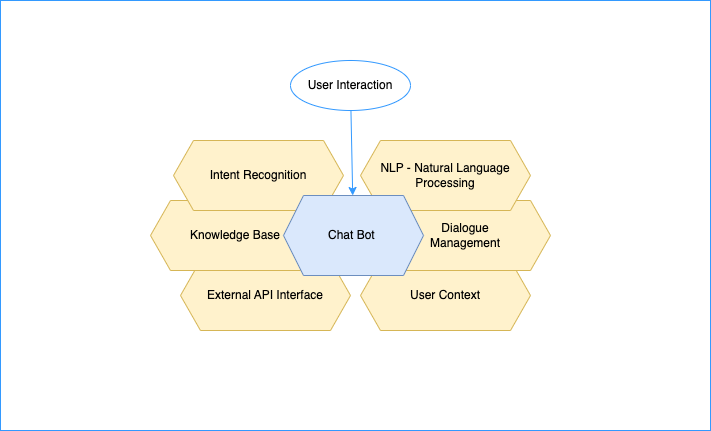
Before: Architecture/chatbot.png, a diagram exported from draw.io (ArchNinjas/road-warrior). Source tidied: cells renumbered, new cells last; positions are measured from the earlier drawing's top-left corner, leaving out a move shared by most shapes.
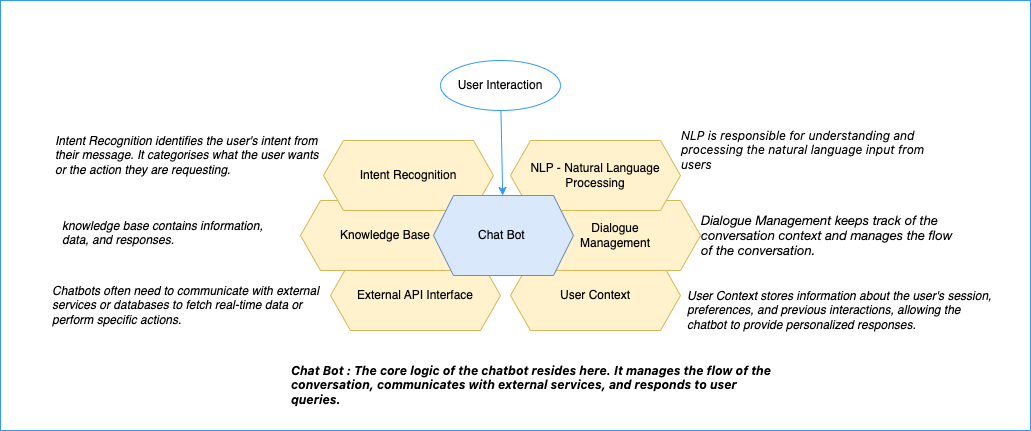
After the change.

The edit, as a diff of the source:
```diff
@@ -3,7 +3,7 @@
     <mxCell id="0" />
     <mxCell id="1" parent="0" />
     <mxCell id="2" style="rounded=0;whiteSpace=wrap;html=1;strokeColor=#3399FF;" parent="1" vertex="1">
-      <mxGeometry width="710" height="430" as="geometry" />
+      <mxGeometry x="-150" width="1030" height="430" as="geometry" />
     </mxCell>
     <mxCell id="3" value="User Context" style="shape=hexagon;perimeter=hexagonPerimeter2;whiteSpace=wrap;html=1;fixedSize=1;fillColor=#fff2cc;strokeColor=#d6b656;" parent="1" vertex="1">
       <mxGeometry x="360" y="260" width="170" height="70" as="geometry" />
@@ -32,5 +32,26 @@
     <mxCell id="11" value="User Interaction" style="ellipse;whiteSpace=wrap;html=1;strokeColor=#3399FF;" parent="1" vertex="1">
       <mxGeometry x="290" y="60" width="120" height="50" as="geometry" />
     </mxCell>
+    <mxCell id="12" value="&lt;div style=&quot;text-align: left; font-size: 12px;&quot;&gt;&lt;span style=&quot;font-family: Söhne, ui-sans-serif, system-ui, -apple-system, &amp;quot;Segoe UI&amp;quot;, Roboto, Ubuntu, Cantarell, &amp;quot;Noto Sans&amp;quot;, sans-serif, &amp;quot;Helvetica Neue&amp;quot;, Arial, &amp;quot;Apple Color Emoji&amp;quot;, &amp;quot;Segoe UI Emoji&amp;quot;, &amp;quot;Segoe UI Symbol&amp;quot;, &amp;quot;Noto Color Emoji&amp;quot;; font-size: 12px; text-align: left;&quot;&gt;Chat Bot : The core logic of the chatbot resides here. It manages the flow of the conversation, communicates with external services, and responds to user queries.&lt;/span&gt;&lt;/div&gt;" style="text;html=1;align=center;verticalAlign=middle;whiteSpace=wrap;rounded=0;fontColor=#000000;labelBackgroundColor=default;fontSize=12;fontStyle=3;" parent="1" vertex="1">
+      <mxGeometry x="140" y="355" width="490" height="60" as="geometry" />
+    </mxCell>
+    <mxCell id="13" value="&lt;div style=&quot;text-align: left; font-size: 12px;&quot;&gt;&lt;span style=&quot;font-family: Söhne, ui-sans-serif, system-ui, -apple-system, &amp;quot;Segoe UI&amp;quot;, Roboto, Ubuntu, Cantarell, &amp;quot;Noto Sans&amp;quot;, sans-serif, &amp;quot;Helvetica Neue&amp;quot;, Arial, &amp;quot;Apple Color Emoji&amp;quot;, &amp;quot;Segoe UI Emoji&amp;quot;, &amp;quot;Segoe UI Symbol&amp;quot;, &amp;quot;Noto Color Emoji&amp;quot;; font-size: 12px;&quot;&gt;NLP is responsible for understanding and processing the natural language input from users&lt;/span&gt;&lt;br style=&quot;font-size: 12px;&quot;&gt;&lt;/div&gt;" style="text;html=1;align=center;verticalAlign=middle;whiteSpace=wrap;rounded=0;fontColor=#000000;labelBackgroundColor=default;fontSize=12;fontStyle=2;" parent="1" vertex="1">
+      <mxGeometry x="530" y="120" width="260" height="60" as="geometry" />
+    </mxCell>
+    <mxCell id="14" value="&lt;div style=&quot;text-align: left; font-size: 12px;&quot;&gt;&lt;div style=&quot;font-family: Menlo, Monaco, &amp;quot;Courier New&amp;quot;, monospace; line-height: 18px; font-size: 12px;&quot;&gt;&lt;p style=&quot;margin: 0px; font-variant-numeric: normal; font-variant-east-asian: normal; font-variant-alternates: normal; font-kerning: auto; font-optical-sizing: auto; font-feature-settings: normal; font-variation-settings: normal; font-stretch: normal; font-size: 13px; line-height: normal; font-family: &amp;quot;Helvetica Neue&amp;quot;;&quot; class=&quot;p1&quot;&gt;Dialogue Management keeps track of the conversation context and manages the flow of the conversation.&lt;/p&gt;&lt;/div&gt;&lt;/div&gt;" style="text;html=1;align=center;verticalAlign=middle;whiteSpace=wrap;rounded=0;fontColor=#000000;labelBackgroundColor=default;fontSize=12;fontStyle=2;" parent="1" vertex="1">
+      <mxGeometry x="550" y="205" width="260" height="60" as="geometry" />
+    </mxCell>
+    <mxCell id="15" value="&lt;p class=&quot;p1&quot;&gt;User Context stores information about the user's session, preferences, and previous interactions, allowing the chatbot to provide personalized responses.&lt;/p&gt;" style="text;whiteSpace=wrap;html=1;fontSize=12;fontColor=#000000;fontStyle=2;" parent="1" vertex="1">
+      <mxGeometry x="535" y="270" width="315" height="80" as="geometry" />
+    </mxCell>
+    <mxCell id="16" value="&lt;p class=&quot;p1&quot;&gt;Intent Recognition identifies the user's intent from their message. It categorises what the user wants or the action they are requesting.&lt;/p&gt;" style="text;whiteSpace=wrap;html=1;fontSize=12;fontColor=#000000;fontStyle=2;" parent="1" vertex="1">
+      <mxGeometry x="-97" y="115" width="270" height="80" as="geometry" />
+    </mxCell>
+    <mxCell id="17" value="&lt;p class=&quot;p1&quot;&gt;knowledge base contains information, data, and responses.&lt;/p&gt;" style="text;whiteSpace=wrap;html=1;fontSize=12;fontColor=#000000;fontStyle=2;" parent="1" vertex="1">
+      <mxGeometry x="-90" y="200" width="210" height="60" as="geometry" />
+    </mxCell>
+    <mxCell id="18" value="&lt;p class=&quot;p1&quot;&gt;Chatbots often need to communicate with external services or databases to fetch real-time data or perform specific actions.&lt;/p&gt;" style="text;whiteSpace=wrap;html=1;fontSize=12;fontColor=#000000;fontStyle=2;" parent="1" vertex="1">
+      <mxGeometry x="-100" y="265" width="280" height="80" as="geometry" />
+    </mxCell>
   </root>
 </mxGraphModel>
```
